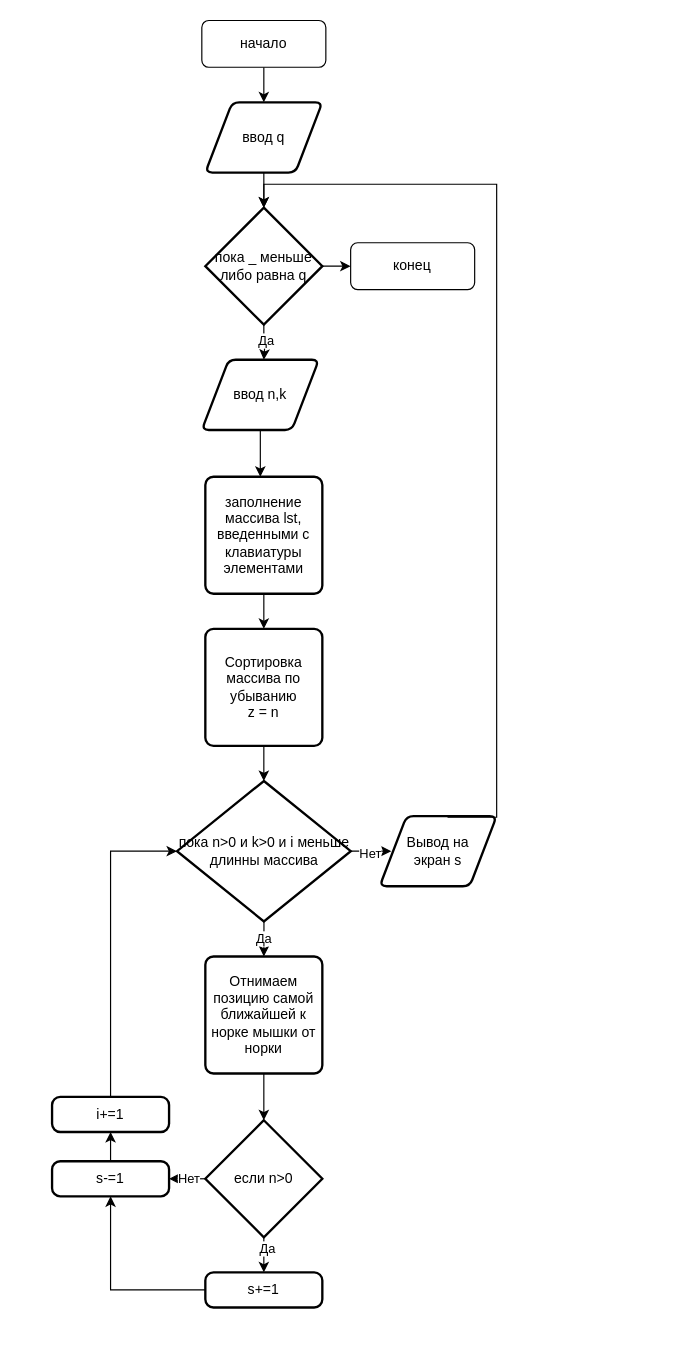
The draw.io diagram блоксхема H. Спасти больше мышек.drawio in nikkxgod/otchet_block_schema, before the edit. Source tidied: cells renumbered, new cells numbered last; positions are measured from the earlier drawing's top-left corner, leaving out a move shared by most shapes. Both pictures are drawn from the tidied source at 117%, with x=0, y=0 at pixel (51, 20).
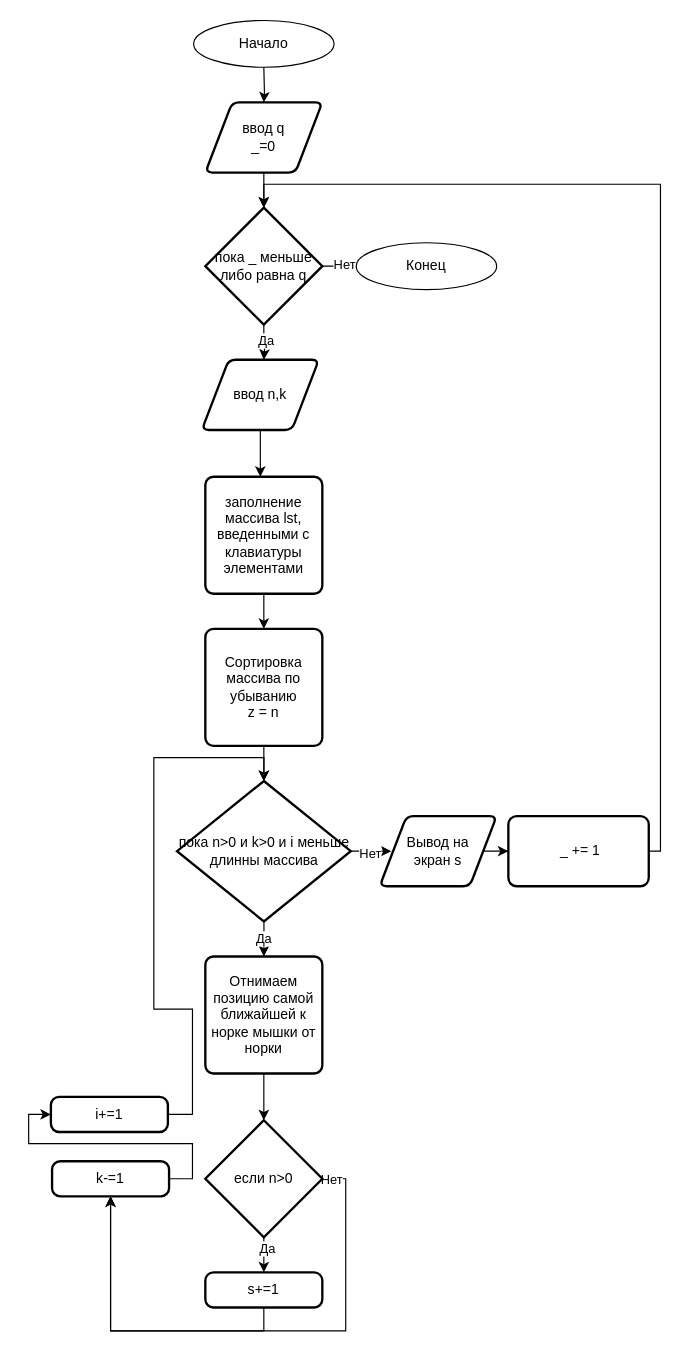
After the change.

Unchanged cells that the change refers to:
```xml
<mxCell id="9" value="пока _ меньше либо равна q" style="strokeWidth=2;html=1;shape=mxgraph.flowchart.decision;whiteSpace=wrap;" parent="1" vertex="1">
  <mxGeometry x="131" y="160" width="100" height="100" as="geometry" />
</mxCell>
<mxCell id="20" value="пока n&amp;gt;0 и k&amp;gt;0 и i меньше длинны массива" style="strokeWidth=2;html=1;shape=mxgraph.flowchart.decision;whiteSpace=wrap;" parent="1" vertex="1">
  <mxGeometry x="106.8" y="650" width="148.5" height="120" as="geometry" />
</mxCell>
<mxCell id="27" value="если n&amp;gt;0" style="strokeWidth=2;html=1;shape=mxgraph.flowchart.decision;whiteSpace=wrap;" parent="1" vertex="1">
  <mxGeometry x="131" y="940" width="100" height="100" as="geometry" />
</mxCell>
<mxCell id="29" value="s+=1" style="rounded=1;whiteSpace=wrap;html=1;absoluteArcSize=1;arcSize=14;strokeWidth=2;" parent="1" vertex="1">
  <mxGeometry x="131" y="1070" width="100" height="30" as="geometry" />
</mxCell>
```

The edit, as a diff of the source:
```diff
@@
-    <mxCell id="2" style="edgeStyle=orthogonalEdgeStyle;rounded=0;jettySize=auto;html=1;" parent="1" edge="1" source="3" target="5">
-      <mxGeometry relative="1" as="geometry" />
+    <mxCell id="2" style="edgeStyle=orthogonalEdgeStyle;rounded=0;jettySize=auto;html=1;" parent="1" edge="1" target="5">
+      <mxGeometry relative="1" as="geometry">
+        <mxPoint x="181" y="40" as="sourcePoint" />
+      </mxGeometry>
     </mxCell>
-    <mxCell id="3" value="начало" style="rounded=1;whiteSpace=wrap;html=1;" parent="1" vertex="1">
-      <mxGeometry x="128" width="106" height="40" as="geometry" />
-    </mxCell>
@@
-    <mxCell id="5" value="ввод q" style="shape=parallelogram;html=1;strokeWidth=2;perimeter=parallelogramPerimeter;whiteSpace=wrap;rounded=1;arcSize=12;size=0.23;" parent="1" vertex="1">
+    <mxCell id="5" value="ввод q&lt;br&gt;_=0" style="shape=parallelogram;html=1;strokeWidth=2;perimeter=parallelogramPerimeter;whiteSpace=wrap;rounded=1;arcSize=12;size=0.23;" parent="1" vertex="1">
       <mxGeometry x="131" y="70" width="100" height="60" as="geometry" />
     </mxCell>
@@
-    <mxCell id="8" style="edgeStyle=orthogonalEdgeStyle;rounded=0;jettySize=auto;html=1;" parent="1" edge="1" source="9" target="36">
-      <mxGeometry relative="1" as="geometry" />
+    <mxCell id="8" style="edgeStyle=orthogonalEdgeStyle;rounded=0;jettySize=auto;html=1;" parent="1" edge="1" source="9">
+      <mxGeometry relative="1" as="geometry">
+        <mxPoint x="255.2" y="210" as="targetPoint" />
+      </mxGeometry>
     </mxCell>
+    <mxCell id="37" value="Нет" style="edgeLabel;html=1;align=center;verticalAlign=middle;" parent="8" vertex="1">
+      <mxGeometry x="0.44" y="2" relative="1" as="geometry" />
+    </mxCell>
@@
-    <mxCell id="25" style="edgeStyle=orthogonalEdgeStyle;rounded=0;jettySize=auto;html=1;" parent="1" edge="1" source="27">
-      <mxGeometry relative="1" as="geometry">
-        <mxPoint x="100" y="990" as="targetPoint" />
-      </mxGeometry>
-    </mxCell>
-    <mxCell id="26" value="Нет" style="edgeLabel;html=1;align=center;verticalAlign=middle;" parent="25" vertex="1">
-      <mxGeometry x="-0.24" y="-1" relative="1" as="geometry">
-        <mxPoint x="-3" as="offset" />
-      </mxGeometry>
-    </mxCell>
+    <mxCell id="38" style="edgeStyle=orthogonalEdgeStyle;rounded=0;jettySize=auto;html=1;entryX=0.5;entryY=1;entryDx=0;entryDy=0;exitX=1;exitY=0.5;exitDx=0;exitDy=0;exitPerimeter=0;" parent="1" edge="1" source="27" target="31">
+      <mxGeometry relative="1" as="geometry">
+        <Array as="points">
+          <mxPoint x="251" y="990" />
+          <mxPoint x="251" y="1120" />
+          <mxPoint x="50" y="1120" />
+        </Array>
+      </mxGeometry>
+    </mxCell>
+    <mxCell id="39" value="Нет" style="edgeLabel;html=1;align=center;verticalAlign=middle;" parent="38" vertex="1">
+      <mxGeometry x="-0.97" relative="1" as="geometry" />
+    </mxCell>
@@
-    <mxCell id="28" style="edgeStyle=orthogonalEdgeStyle;rounded=0;jettySize=auto;html=1;entryX=0.5;entryY=1;entryDx=0;entryDy=0;" parent="1" edge="1" source="29" target="31">
+    <mxCell id="28" style="edgeStyle=orthogonalEdgeStyle;rounded=0;jettySize=auto;html=1;entryX=0.5;entryY=1;entryDx=0;entryDy=0;exitX=0.5;exitY=1;exitDx=0;exitDy=0;" parent="1" edge="1" source="29" target="31">
       <mxGeometry relative="1" as="geometry" />
     </mxCell>
@@
-    <mxCell id="30" style="edgeStyle=orthogonalEdgeStyle;rounded=0;jettySize=auto;html=1;" parent="1" edge="1" source="31">
-      <mxGeometry relative="1" as="geometry">
-        <mxPoint x="50" y="950" as="targetPoint" />
-      </mxGeometry>
-    </mxCell>
+    <mxCell id="40" style="edgeStyle=orthogonalEdgeStyle;rounded=0;jettySize=auto;html=1;entryX=0;entryY=0.5;entryDx=0;entryDy=0;exitX=1;exitY=0.5;exitDx=0;exitDy=0;" parent="1" edge="1" source="31" target="32">
+      <mxGeometry relative="1" as="geometry">
+        <Array as="points">
+          <mxPoint x="120" y="990" />
+          <mxPoint x="120" y="960" />
+          <mxPoint x="-20" y="960" />
+          <mxPoint x="-20" y="935" />
+        </Array>
+      </mxGeometry>
+    </mxCell>
-    <mxCell id="31" value="s-=1" style="rounded=1;whiteSpace=wrap;html=1;absoluteArcSize=1;arcSize=14;strokeWidth=2;" parent="1" vertex="1">
+    <mxCell id="31" value="k-=1" style="rounded=1;whiteSpace=wrap;html=1;absoluteArcSize=1;arcSize=14;strokeWidth=2;" parent="1" vertex="1">
       <mxGeometry y="975" width="100" height="30" as="geometry" />
     </mxCell>
     <mxCell id="32" value="i+=1" style="rounded=1;whiteSpace=wrap;html=1;absoluteArcSize=1;arcSize=14;strokeWidth=2;" parent="1" vertex="1">
-      <mxGeometry y="920" width="100" height="30" as="geometry" />
+      <mxGeometry x="-1" y="920" width="100" height="30" as="geometry" />
     </mxCell>
+    <mxCell id="41" style="edgeStyle=orthogonalEdgeStyle;rounded=0;jettySize=auto;html=1;" parent="1" edge="1" source="34" target="42">
+      <mxGeometry relative="1" as="geometry" />
+    </mxCell>
+    <mxCell id="34" value="Вывод на &lt;br&gt;экран s" style="shape=parallelogram;html=1;strokeWidth=2;perimeter=parallelogramPerimeter;whiteSpace=wrap;rounded=1;arcSize=12;size=0.23;" parent="1" vertex="1">
+      <mxGeometry x="280" y="680" width="100" height="60" as="geometry" />
+    </mxCell>
+    <mxCell id="42" value="&amp;nbsp;_ += 1" style="whiteSpace=wrap;html=1;strokeWidth=2;rounded=1;arcSize=12;" parent="1" vertex="1">
+      <mxGeometry x="390" y="680" width="120" height="60" as="geometry" />
+    </mxCell>
+    <mxCell id="43" style="edgeStyle=orthogonalEdgeStyle;rounded=0;jettySize=auto;html=1;entryX=0.5;entryY=0;entryDx=0;entryDy=0;entryPerimeter=0;exitX=1;exitY=0.5;exitDx=0;exitDy=0;" parent="1" edge="1" source="42" target="9">
+      <mxGeometry relative="1" as="geometry">
+        <Array as="points">
+          <mxPoint x="520" y="710" />
+          <mxPoint x="520" y="140" />
+          <mxPoint x="181" y="140" />
+        </Array>
+      </mxGeometry>
+    </mxCell>
-    <mxCell id="33" style="edgeStyle=orthogonalEdgeStyle;rounded=0;jettySize=auto;html=1;entryX=0;entryY=0.5;entryDx=0;entryDy=0;entryPerimeter=0;exitX=0.5;exitY=0;exitDx=0;exitDy=0;" parent="1" edge="1" source="32" target="20">
-      <mxGeometry relative="1" as="geometry" />
+    <mxCell id="33" style="edgeStyle=orthogonalEdgeStyle;rounded=0;jettySize=auto;html=1;entryX=0.5;entryY=0;entryDx=0;entryDy=0;entryPerimeter=0;" parent="1" edge="1" source="32" target="20">
+      <mxGeometry relative="1" as="geometry">
+        <Array as="points">
+          <mxPoint x="120" y="935" />
+          <mxPoint x="120" y="845" />
+          <mxPoint x="87" y="845" />
+          <mxPoint x="87" y="630" />
+          <mxPoint x="181" y="630" />
+        </Array>
+      </mxGeometry>
     </mxCell>
-    <mxCell id="34" value="Вывод на &lt;br&gt;экран s" style="shape=parallelogram;html=1;strokeWidth=2;perimeter=parallelogramPerimeter;whiteSpace=wrap;rounded=1;arcSize=12;size=0.23;" parent="1" vertex="1">
-      <mxGeometry x="280" y="680" width="100" height="60" as="geometry" />
-    </mxCell>
-    <mxCell id="35" style="edgeStyle=orthogonalEdgeStyle;rounded=0;jettySize=auto;html=1;entryX=0.5;entryY=0;entryDx=0;entryDy=0;entryPerimeter=0;exitX=0.58;exitY=0.017;exitDx=0;exitDy=0;exitPerimeter=0;" parent="1" edge="1" source="34" target="9">
-      <mxGeometry relative="1" as="geometry">
-        <Array as="points">
-          <mxPoint x="380" y="681" />
-          <mxPoint x="380" y="140" />
-          <mxPoint x="181" y="140" />
-        </Array>
-      </mxGeometry>
-    </mxCell>
-    <mxCell id="36" value="конец" style="rounded=1;whiteSpace=wrap;html=1;" parent="1" vertex="1">
-      <mxGeometry x="255.2" y="190" width="106" height="40" as="geometry" />
-    </mxCell>
+    <mxCell id="44" value="Начало" style="ellipse;whiteSpace=wrap;html=1;" parent="1" vertex="1">
+      <mxGeometry x="121" width="120" height="40" as="geometry" />
+    </mxCell>
+    <mxCell id="45" value="Конец" style="ellipse;whiteSpace=wrap;html=1;" parent="1" vertex="1">
+      <mxGeometry x="260" y="190" width="120" height="40" as="geometry" />
+    </mxCell>
```
